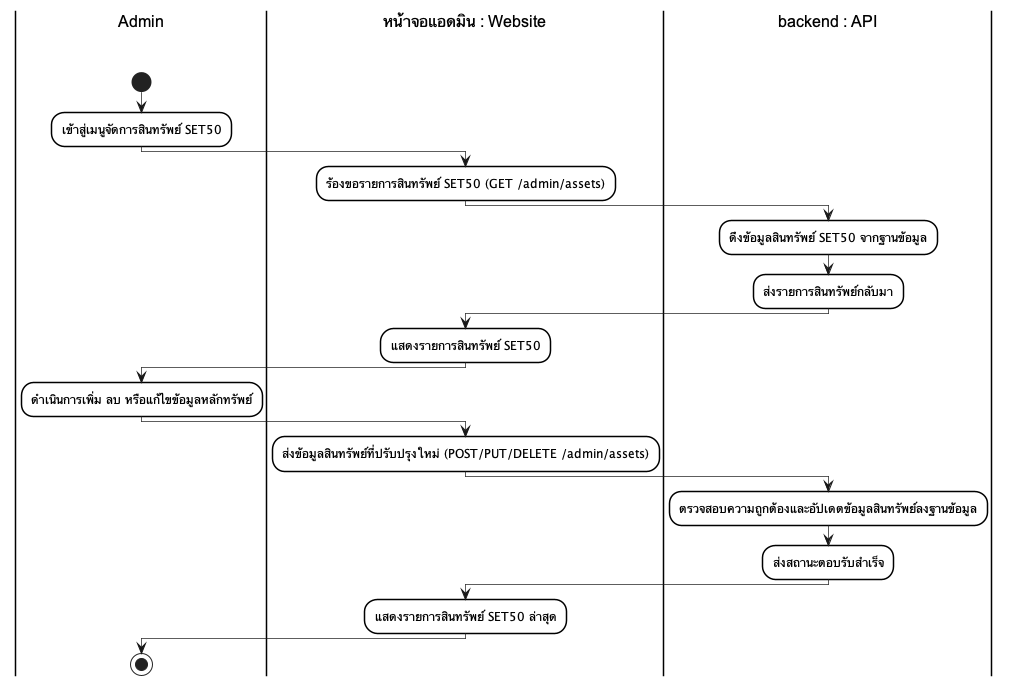
Earlier version of the PlantUML export docs/diagrams/images/activity/activity_15_manage_assets.png (Anatta-at/my-portfolio-app). Its diagram source:
```plantuml
@startuml
skinparam monochrome true
skinparam shadowing false
skinparam backgroundcolor white
skinparam ranksep 50

skinparam SwimlaneBorderColor black
skinparam SwimlaneBorderThickness 1.5
skinparam SwimlaneBackgroundColor white
skinparam SwimlaneTitleBackgroundColor white
skinparam SwimlaneTitleFontColor black
skinparam SwimlaneTitleFontSize 16
skinparam SwimlaneTitleFontName Arial

skinparam ActivityBackgroundColor white
skinparam ActivityBorderColor black
skinparam ActivityBorderThickness 1.5
skinparam ArrowThickness 0.7

|Admin\n\n|
start
:เข้าสู่เมนูจัดการสินทรัพย์ SET50;
|หน้าจอแอดมิน : Website\n\n|
:ร้องขอรายการสินทรัพย์ SET50 (GET /admin/assets);
|backend : API\n\n|
:ดึงข้อมูลสินทรัพย์ SET50 จากฐานข้อมูล;
:ส่งรายการสินทรัพย์กลับมา;
|หน้าจอแอดมิน : Website\n\n|
:แสดงรายการสินทรัพย์ SET50;
|Admin\n\n|
:ดำเนินการเพิ่ม ลบ หรือแก้ไขข้อมูลหลักทรัพย์;
|หน้าจอแอดมิน : Website\n\n|
:ส่งข้อมูลสินทรัพย์ที่ปรับปรุงใหม่ (POST/PUT/DELETE /admin/assets);
|backend : API\n\n|
:ตรวจสอบความถูกต้องและอัปเดตข้อมูลสินทรัพย์ลงฐานข้อมูล;
:ส่งสถานะตอบรับสำเร็จ;
|หน้าจอแอดมิน : Website\n\n|
:แสดงรายการสินทรัพย์ SET50 ล่าสุด;
|Admin\n\n|
stop
@enduml
```
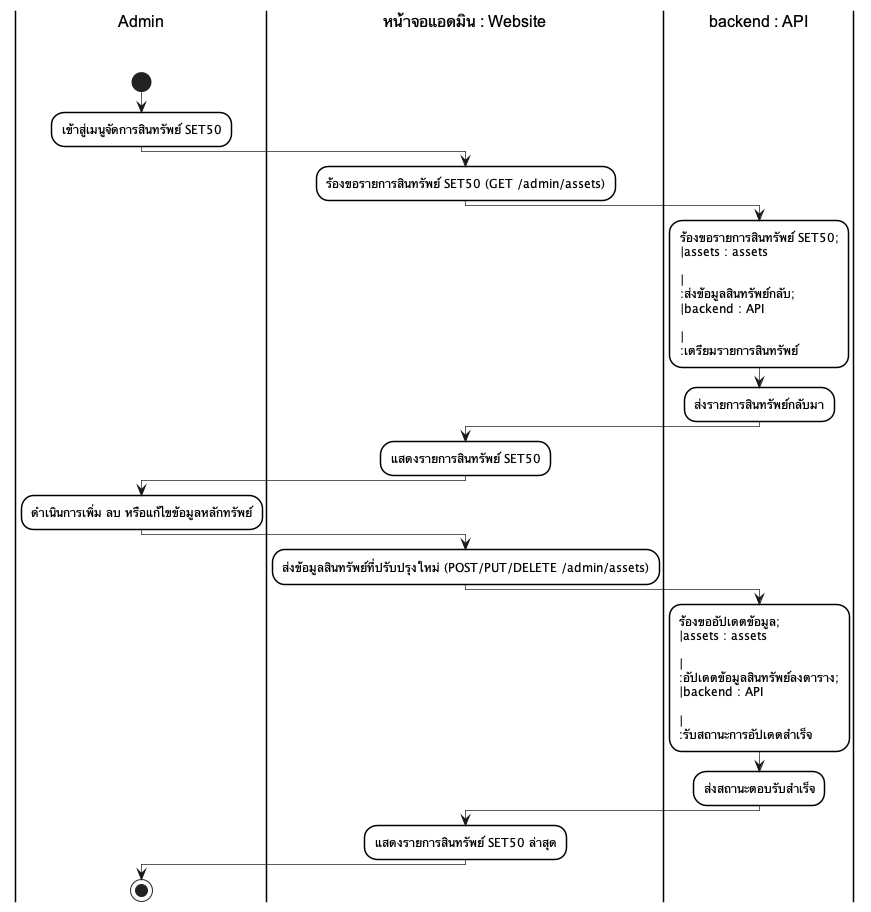
After the change.

What changed in the source:
```diff
@@ -23,7 +23,7 @@
 |หน้าจอแอดมิน : Website\n\n|
 :ร้องขอรายการสินทรัพย์ SET50 (GET /admin/assets);
 |backend : API\n\n|
-:ดึงข้อมูลสินทรัพย์ SET50 จากฐานข้อมูล;
+:ร้องขอรายการสินทรัพย์ SET50;\n|assets : assets\n\n|\n:ส่งข้อมูลสินทรัพย์กลับ;\n|backend : API\n\n|\n:เตรียมรายการสินทรัพย์;
 :ส่งรายการสินทรัพย์กลับมา;
 |หน้าจอแอดมิน : Website\n\n|
 :แสดงรายการสินทรัพย์ SET50;
@@ -32,7 +32,7 @@
 |หน้าจอแอดมิน : Website\n\n|
 :ส่งข้อมูลสินทรัพย์ที่ปรับปรุงใหม่ (POST/PUT/DELETE /admin/assets);
 |backend : API\n\n|
-:ตรวจสอบความถูกต้องและอัปเดตข้อมูลสินทรัพย์ลงฐานข้อมูล;
+:ร้องขออัปเดตข้อมูล;\n|assets : assets\n\n|\n:อัปเดตข้อมูลสินทรัพย์ลงตาราง;\n|backend : API\n\n|\n:รับสถานะการอัปเดตสำเร็จ;
 :ส่งสถานะตอบรับสำเร็จ;
 |หน้าจอแอดมิน : Website\n\n|
 :แสดงรายการสินทรัพย์ SET50 ล่าสุด;
```
